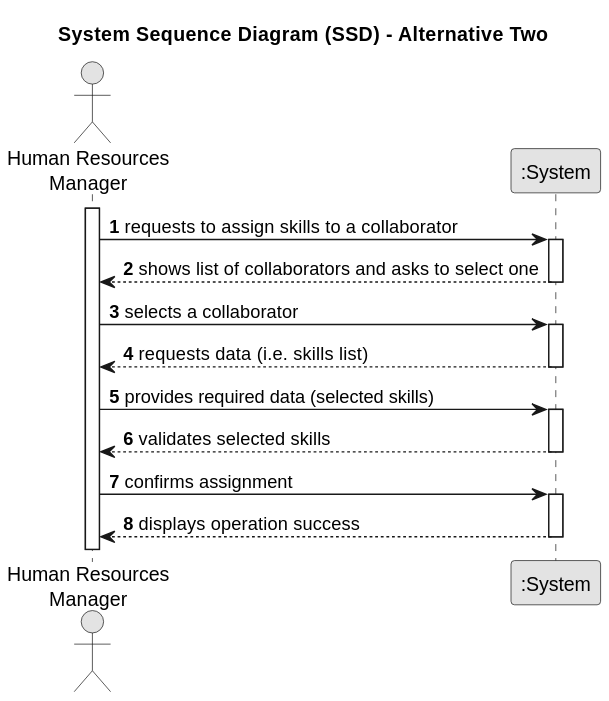
This is docs/sprintA/us004/01.requirements-engineering/svg/us004-system-sequence-diagram-alternative-two.svg from ricardomm7/leaflink, a PlantUML export, as it was before one commit.
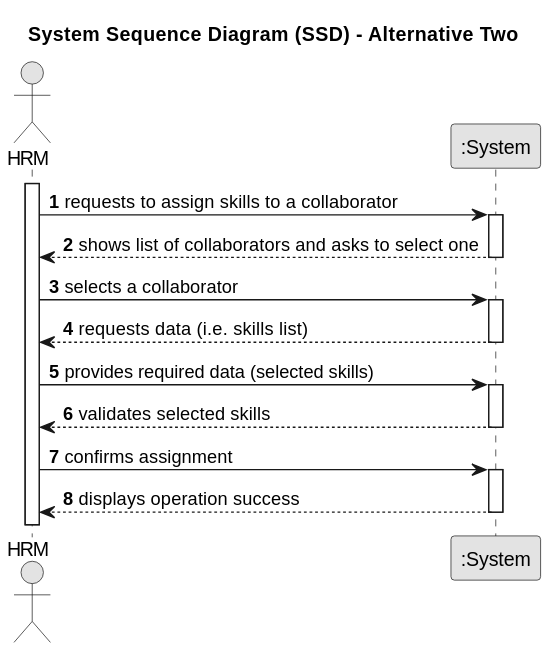
After the commit.

Change to the diagram source:
```diff
@@ -7,7 +7,7 @@
 
 autonumber
 
-actor "Human Resources\nManager" as HRM
+actor "HRM" as HRM
 participant ":System" as System
 
 activate HRM
```
